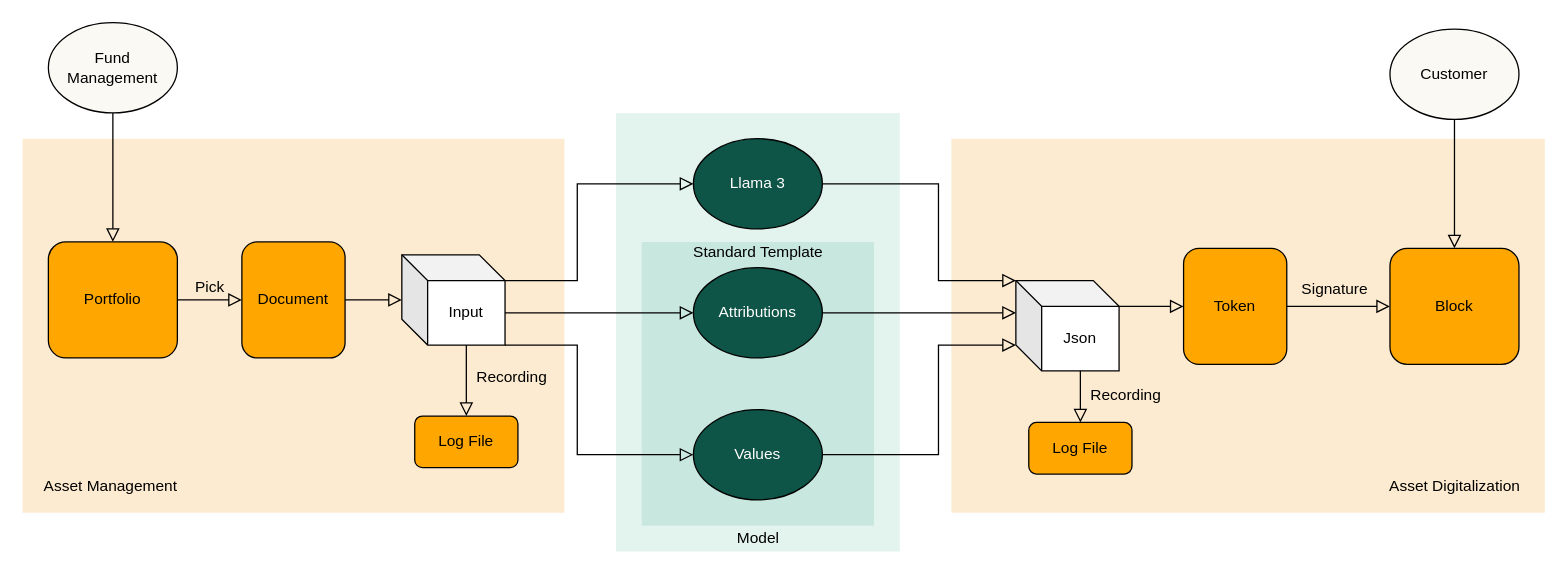
Above: page "第 2 页" (2 of 3) of testfiles/capstone.drawio in Yanjia1018/FinTech545_Spring2024 (draw.io), before the change. Source tidied: cells renumbered, new cells numbered last; positions are measured from the earlier drawing's top-left corner, leaving out a move shared by most shapes. Both pictures are drawn from the tidied source at 129%, with x=0, y=0 at pixel (22, 22).
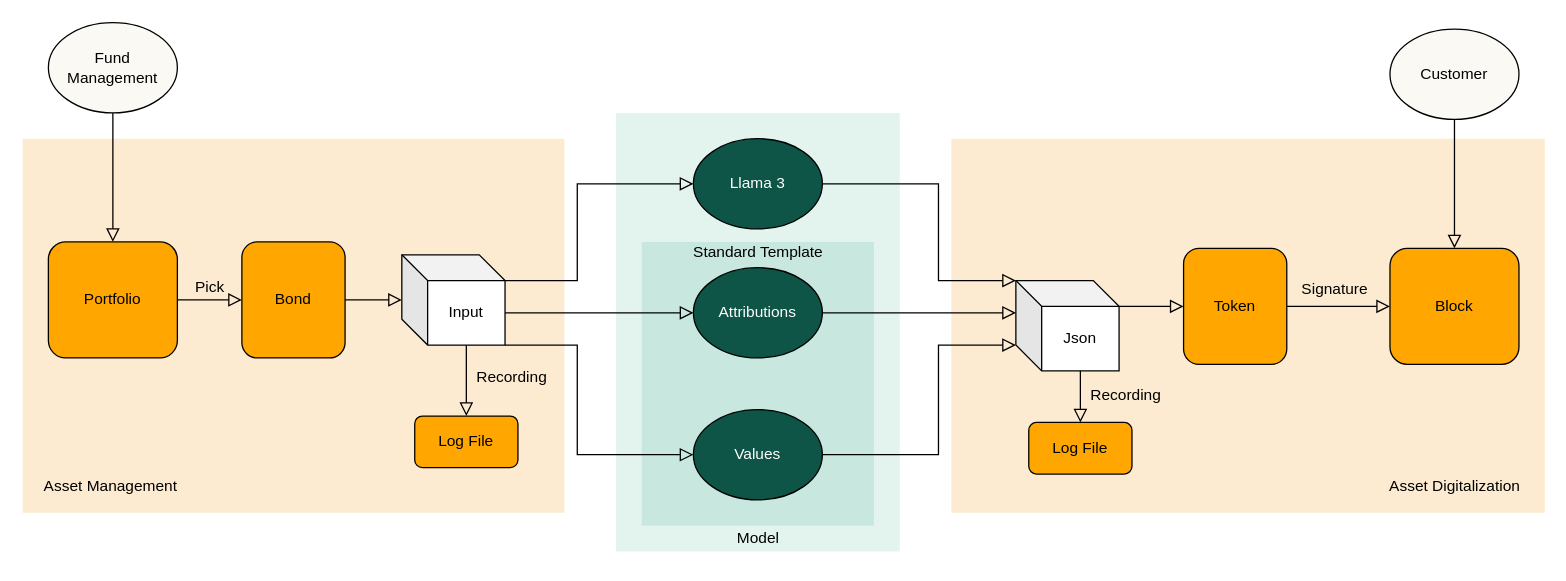
The same diagram, later.

The change refers to these unchanged cells:
```xml
<mxCell id="8" style="swimlane;startSize=0;swimlaneFillColor=#F7CD8A;fillColor=none;opacity=40;strokeColor=none;" parent="1" vertex="1">
  <mxGeometry y="90" width="420" height="290" as="geometry" />
</mxCell>
```

The edit, as a diff of the source:
```diff
@@
-    <mxCell id="11" value="Document" style="rounded=1;whiteSpace=wrap;html=1;fontSize=12;glass=0;strokeWidth=1;shadow=0;fillColor=#FFA700;" parent="8" vertex="1">
+    <mxCell id="11" value="Bond" style="rounded=1;whiteSpace=wrap;html=1;fontSize=12;glass=0;strokeWidth=1;shadow=0;fillColor=#FFA700;" parent="8" vertex="1">
       <mxGeometry x="170" y="80" width="80" height="90" as="geometry" />
     </mxCell>
```
